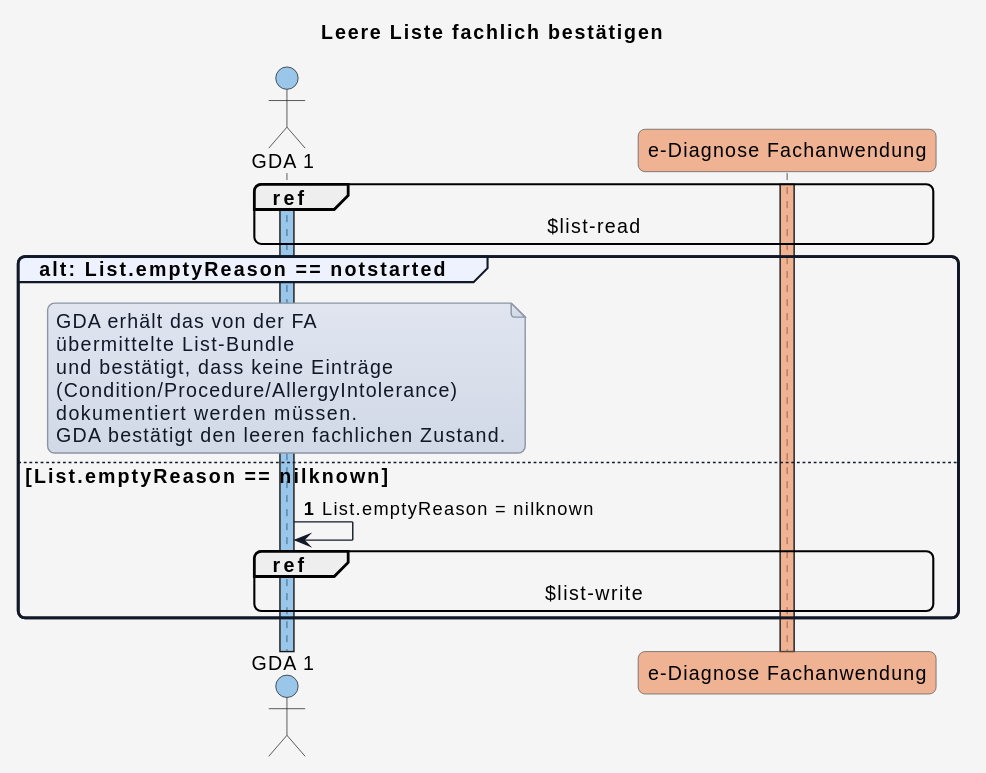
The PlantUML diagram input/images/plantuml/02_3.svg in HL7Austria/ELGA-e-Diagnose-R4, before a commit. The source it was exported from:
```plantuml
@startuml
title Leere Liste fachlich bestätigen

skinparam borderColor #000000
skinparam backgroundColor #f5f5f5
skinparam shadowing false
skinparam roundCorner 10
skinparam defaultFontName "Arial"
skinparam defaultFontSize 14
skinparam defaultFontColor #000000
skinparam HyperlinkColor #0000EE
skinparam HyperlinkUnderline false
skinparam BoxPadding 20
skinparam BoxBorderColor #555555

skinparam note {
  BackgroundColor #e0e5f0-#d1d9e6
  BorderColor #8b95a5
  BorderThickness 1
  RoundCorner 0
  Padding 6
  FontColor #111827
  Shadowing false
}

skinparam sequence {
  ParticipantBorderColor #555555
  ParticipantBackgroundColor #ffffff
  ParticipantFontColor #000000
  ParticipantFontSize 14
  ParticipantPadding 20
  ArrowColor #111827
  ArrowThickness 1
  ArrowFontColor #000000
  ArrowFontSize 13
  GroupBorderColor #111827
  GroupBackgroundColor #eef2ff
  GroupBorderThickness 2
}

!define COLOR_GDA_1    #0078D460
!define COLOR_GDA_2    #8764B860
!define COLOR_PATIENT  #00950560
!define COLOR_APO      #00B7C360
!define COLOR_DIAG_FA  #E9713280
!define COLOR_E_REZEPT #E7485660

!define COLOR_OK       #50E6FF25
!define COLOR_ERROR    #FF8C0035

actor GDA_1 as "GDA 1" COLOR_GDA_1
participant eDiag_FA as "e-Diagnose Fachanwendung" COLOR_DIAG_FA

autonumber

activate GDA_1 COLOR_GDA_1
activate eDiag_FA COLOR_DIAG_FA

ref over GDA_1, eDiag_FA : $list-read

group alt: List.emptyReason == notstarted
  note over GDA_1
    GDA erhält das von der FA
    übermittelte List-Bundle
    und bestätigt, dass keine Einträge
    (Condition/Procedure/AllergyIntolerance)
    dokumentiert werden müssen.
    GDA bestätigt den leeren fachlichen Zustand.
  end note

else List.emptyReason == nilknown
  GDA_1 -> GDA_1: List.emptyReason = nilknown

  ref over GDA_1, eDiag_FA : $list-write

end
@enduml
```
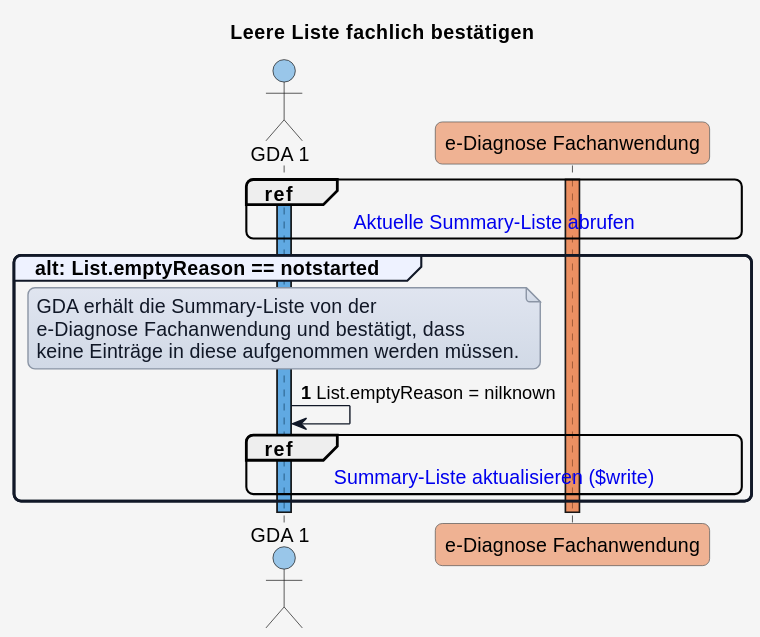
The same diagram one commit later.

Commit message:
Update use case empty list

Change to the diagram source:
```diff
@@ -56,22 +56,18 @@
 activate GDA_1 COLOR_GDA_1
 activate eDiag_FA COLOR_DIAG_FA
 
-ref over GDA_1, eDiag_FA : $list-read
+ref over GDA_1, eDiag_FA : [[uc_ediag_01_lesen.html#aktuelle-summary-liste-abrufen Aktuelle Summary-Liste abrufen]]
 
 group alt: List.emptyReason == notstarted
   note over GDA_1
-    GDA erhält das von der FA
-    übermittelte List-Bundle
-    und bestätigt, dass keine Einträge
-    (Condition/Procedure/AllergyIntolerance)
-    dokumentiert werden müssen.
-    GDA bestätigt den leeren fachlichen Zustand.
+    GDA erhält die Summary-Liste von der
+    e-Diagnose Fachanwendung und bestätigt, dass
+    keine Einträge in diese aufgenommen werden müssen.
   end note
 
-else List.emptyReason == nilknown
   GDA_1 -> GDA_1: List.emptyReason = nilknown
 
-  ref over GDA_1, eDiag_FA : $list-write
+  ref over GDA_1, eDiag_FA : [[uc_ediag_02_schreiben.html#summary-liste-aktualisieren-write Summary-Liste aktualisieren ($write)]]
 
 end
 @enduml
```
